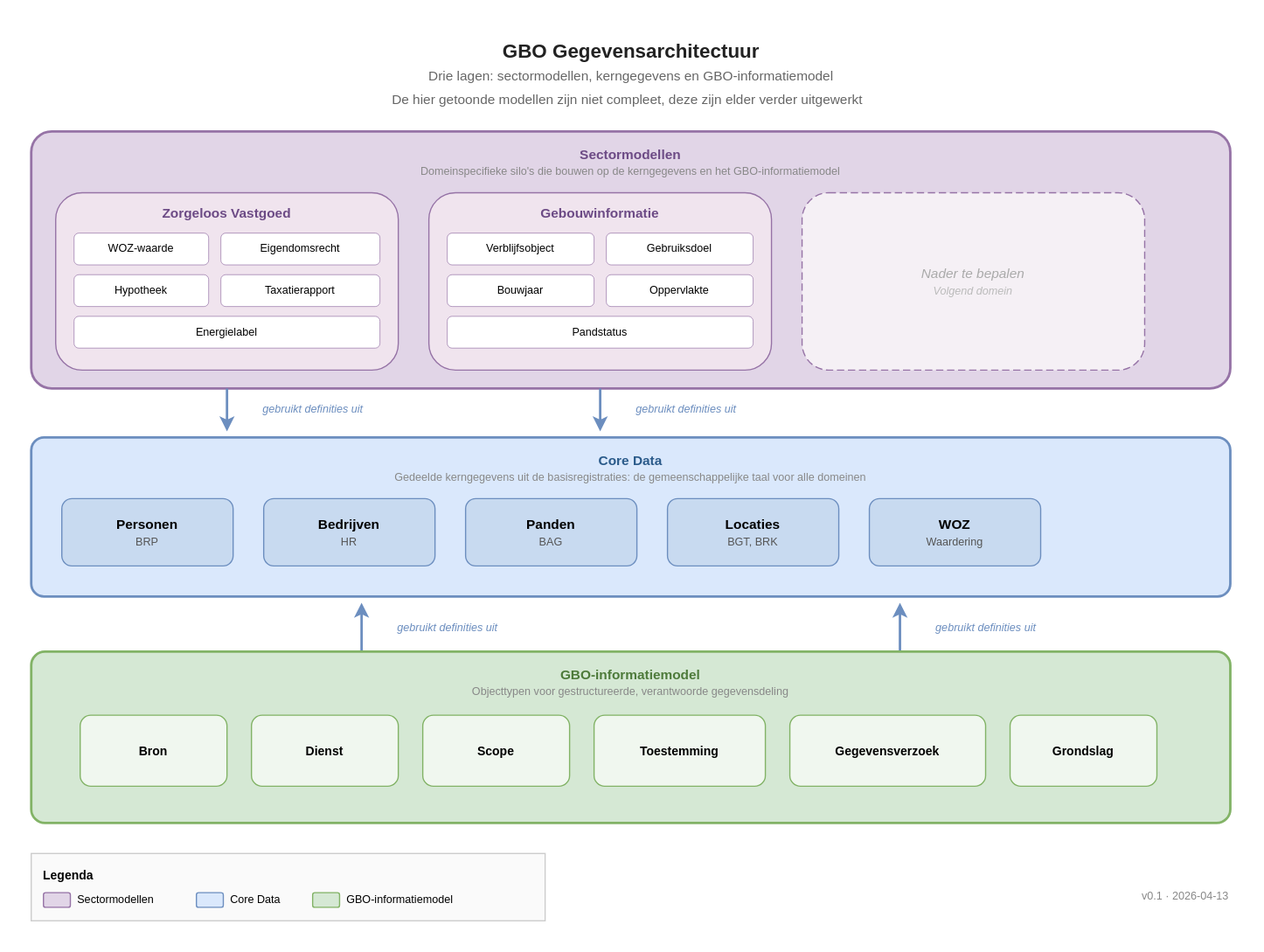
This is docs/assets/diagrams/gegevensarchitectuur.svg from ICTU/gbo-semantiek, a draw.io export, as it was before one commit. Source tidied: cells renumbered, new cells last; positions are measured from the earlier drawing's top-left corner, leaving out a move shared by most shapes. Its diagram source:
```xml
<mxGraphModel>
  <root>
    <mxCell id="0" />
    <mxCell id="1" parent="0" />
    <mxCell id="2" value="&lt;b&gt;GBO Gegevensarchitectuur&lt;/b&gt;&lt;br&gt;&lt;font style=&quot;font-size:11px;color:#666&quot;&gt;Drie lagen: sectormodellen, kerngegevens en GBO-informatiemodel&lt;/font&gt;&lt;div&gt;&lt;font style=&quot;font-size:11px;color:#666&quot;&gt;De hier getoonde modellen zijn niet compleet, deze zijn elder verder uitgewerkt&amp;nbsp;&amp;nbsp;&lt;/font&gt;&lt;/div&gt;" style="text;html=1;align=center;verticalAlign=middle;strokeColor=none;fillColor=none;fontSize=16;fontColor=#222222;" parent="1" vertex="1">
      <mxGeometry x="285" width="410" height="70" as="geometry" />
    </mxCell>
    <mxCell id="3" value="&lt;b&gt;Sectormodellen&lt;/b&gt;&lt;br&gt;&lt;font style=&quot;font-size:9px;color:#888&quot;&gt;Domeinspecifieke silo's die bouwen op de kerngegevens en het GBO-informatiemodel&lt;/font&gt;" style="rounded=1;whiteSpace=wrap;html=1;fillColor=#e1d5e7;strokeColor=#9673a6;strokeWidth=2;verticalAlign=top;fontSize=11;fontColor=#6c4a85;align=center;spacingTop=6;arcSize=8;" parent="1" vertex="1">
      <mxGeometry y="82" width="980" height="210" as="geometry" />
    </mxCell>
    <mxCell id="4" value="&lt;b&gt;Zorgeloos Vastgoed&lt;/b&gt;" style="rounded=1;whiteSpace=wrap;html=1;fillColor=#f0e4ee;strokeColor=#9673a6;strokeWidth=1;verticalAlign=top;fontSize=11;fontColor=#6c4a85;align=center;spacingTop=4;" parent="1" vertex="1">
      <mxGeometry x="20" y="132" width="280" height="145" as="geometry" />
    </mxCell>
    <mxCell id="5" value="WOZ-waarde" style="rounded=1;whiteSpace=wrap;html=1;fillColor=#ffffff;strokeColor=#9673a6;strokeWidth=0.5;verticalAlign=middle;fontSize=9;" parent="1" vertex="1">
      <mxGeometry x="35" y="165" width="110" height="26" as="geometry" />
    </mxCell>
    <mxCell id="6" value="Eigendomsrecht" style="rounded=1;whiteSpace=wrap;html=1;fillColor=#ffffff;strokeColor=#9673a6;strokeWidth=0.5;verticalAlign=middle;fontSize=9;" parent="1" vertex="1">
      <mxGeometry x="155" y="165" width="130" height="26" as="geometry" />
    </mxCell>
    <mxCell id="7" value="Hypotheek" style="rounded=1;whiteSpace=wrap;html=1;fillColor=#ffffff;strokeColor=#9673a6;strokeWidth=0.5;verticalAlign=middle;fontSize=9;" parent="1" vertex="1">
      <mxGeometry x="35" y="199" width="110" height="26" as="geometry" />
    </mxCell>
    <mxCell id="8" value="Taxatierapport" style="rounded=1;whiteSpace=wrap;html=1;fillColor=#ffffff;strokeColor=#9673a6;strokeWidth=0.5;verticalAlign=middle;fontSize=9;" parent="1" vertex="1">
      <mxGeometry x="155" y="199" width="130" height="26" as="geometry" />
    </mxCell>
    <mxCell id="9" value="Energielabel" style="rounded=1;whiteSpace=wrap;html=1;fillColor=#ffffff;strokeColor=#9673a6;strokeWidth=0.5;verticalAlign=middle;fontSize=9;" parent="1" vertex="1">
      <mxGeometry x="35" y="233" width="250" height="26" as="geometry" />
    </mxCell>
    <mxCell id="10" value="&lt;b&gt;Gebouwinformatie&lt;/b&gt;" style="rounded=1;whiteSpace=wrap;html=1;fillColor=#f0e4ee;strokeColor=#9673a6;strokeWidth=1;verticalAlign=top;fontSize=11;fontColor=#6c4a85;align=center;spacingTop=4;" parent="1" vertex="1">
      <mxGeometry x="325" y="132" width="280" height="145" as="geometry" />
    </mxCell>
    <mxCell id="11" value="Verblijfsobject" style="rounded=1;whiteSpace=wrap;html=1;fillColor=#ffffff;strokeColor=#9673a6;strokeWidth=0.5;verticalAlign=middle;fontSize=9;" parent="1" vertex="1">
      <mxGeometry x="340" y="165" width="120" height="26" as="geometry" />
    </mxCell>
    <mxCell id="12" value="Gebruiksdoel" style="rounded=1;whiteSpace=wrap;html=1;fillColor=#ffffff;strokeColor=#9673a6;strokeWidth=0.5;verticalAlign=middle;fontSize=9;" parent="1" vertex="1">
      <mxGeometry x="470" y="165" width="120" height="26" as="geometry" />
    </mxCell>
    <mxCell id="13" value="Bouwjaar" style="rounded=1;whiteSpace=wrap;html=1;fillColor=#ffffff;strokeColor=#9673a6;strokeWidth=0.5;verticalAlign=middle;fontSize=9;" parent="1" vertex="1">
      <mxGeometry x="340" y="199" width="120" height="26" as="geometry" />
    </mxCell>
    <mxCell id="14" value="Oppervlakte" style="rounded=1;whiteSpace=wrap;html=1;fillColor=#ffffff;strokeColor=#9673a6;strokeWidth=0.5;verticalAlign=middle;fontSize=9;" parent="1" vertex="1">
      <mxGeometry x="470" y="199" width="120" height="26" as="geometry" />
    </mxCell>
    <mxCell id="15" value="Pandstatus" style="rounded=1;whiteSpace=wrap;html=1;fillColor=#ffffff;strokeColor=#9673a6;strokeWidth=0.5;verticalAlign=middle;fontSize=9;" parent="1" vertex="1">
      <mxGeometry x="340" y="233" width="250" height="26" as="geometry" />
    </mxCell>
    <mxCell id="16" value="Nader te bepalen&lt;br&gt;&lt;font style=&quot;font-size:9px;color:#bbb&quot;&gt;Volgend domein&lt;/font&gt;" style="rounded=1;whiteSpace=wrap;html=1;fillColor=#f5f0f5;strokeColor=#9673a6;strokeWidth=1;dashed=1;dashPattern=6 3;verticalAlign=middle;fontSize=11;fontColor=#aaa;fontStyle=2;align=center;" parent="1" vertex="1">
      <mxGeometry x="630" y="132" width="280" height="145" as="geometry" />
    </mxCell>
    <mxCell id="17" style="endArrow=classic;html=1;strokeColor=#6c8ebf;strokeWidth=2;" parent="1" edge="1">
      <mxGeometry relative="1" as="geometry">
        <mxPoint x="160" y="292" as="sourcePoint" />
        <mxPoint x="160" y="327" as="targetPoint" />
      </mxGeometry>
    </mxCell>
    <mxCell id="18" value="gebruikt definities uit" style="text;html=1;align=center;verticalAlign=middle;strokeColor=none;fillColor=none;fontSize=9;fontColor=#6c8ebf;fontStyle=2;" parent="1" vertex="1">
      <mxGeometry x="170" y="300" width="120" height="18" as="geometry" />
    </mxCell>
    <mxCell id="19" style="endArrow=classic;html=1;strokeColor=#6c8ebf;strokeWidth=2;" parent="1" edge="1">
      <mxGeometry relative="1" as="geometry">
        <mxPoint x="465" y="292" as="sourcePoint" />
        <mxPoint x="465" y="327" as="targetPoint" />
      </mxGeometry>
    </mxCell>
    <mxCell id="20" value="gebruikt definities uit" style="text;html=1;align=center;verticalAlign=middle;strokeColor=none;fillColor=none;fontSize=9;fontColor=#6c8ebf;fontStyle=2;" parent="1" vertex="1">
      <mxGeometry x="475" y="300" width="120" height="18" as="geometry" />
    </mxCell>
    <mxCell id="21" value="&lt;b&gt;Core Data&lt;/b&gt;&lt;br&gt;&lt;font style=&quot;font-size:9px;color:#888&quot;&gt;Gedeelde kerngegevens uit de basisregistraties: de gemeenschappelijke taal voor alle domeinen&lt;/font&gt;" style="rounded=1;whiteSpace=wrap;html=1;fillColor=#dae8fc;strokeColor=#6c8ebf;strokeWidth=2;verticalAlign=top;fontSize=11;fontColor=#2a5a8a;align=center;spacingTop=6;arcSize=8;" parent="1" vertex="1">
      <mxGeometry y="332" width="980" height="130" as="geometry" />
    </mxCell>
    <mxCell id="22" value="&lt;b&gt;Personen&lt;/b&gt;&lt;br&gt;&lt;font style=&quot;font-size:9px;color:#555&quot;&gt;BRP&lt;/font&gt;" style="rounded=1;whiteSpace=wrap;html=1;fillColor=#c8daf0;strokeColor=#6c8ebf;strokeWidth=1;verticalAlign=middle;fontSize=11;" parent="1" vertex="1">
      <mxGeometry x="25" y="382" width="140" height="55" as="geometry" />
    </mxCell>
    <mxCell id="23" value="&lt;b&gt;Bedrijven&lt;/b&gt;&lt;br&gt;&lt;font style=&quot;font-size:9px;color:#555&quot;&gt;HR&lt;/font&gt;" style="rounded=1;whiteSpace=wrap;html=1;fillColor=#c8daf0;strokeColor=#6c8ebf;strokeWidth=1;verticalAlign=middle;fontSize=11;" parent="1" vertex="1">
      <mxGeometry x="190" y="382" width="140" height="55" as="geometry" />
    </mxCell>
    <mxCell id="24" value="&lt;b&gt;Panden&lt;/b&gt;&lt;br&gt;&lt;font style=&quot;font-size:9px;color:#555&quot;&gt;BAG&lt;/font&gt;" style="rounded=1;whiteSpace=wrap;html=1;fillColor=#c8daf0;strokeColor=#6c8ebf;strokeWidth=1;verticalAlign=middle;fontSize=11;" parent="1" vertex="1">
      <mxGeometry x="355" y="382" width="140" height="55" as="geometry" />
    </mxCell>
    <mxCell id="25" value="&lt;b&gt;Locaties&lt;/b&gt;&lt;br&gt;&lt;font style=&quot;font-size:9px;color:#555&quot;&gt;BGT, BRK&lt;/font&gt;" style="rounded=1;whiteSpace=wrap;html=1;fillColor=#c8daf0;strokeColor=#6c8ebf;strokeWidth=1;verticalAlign=middle;fontSize=11;" parent="1" vertex="1">
      <mxGeometry x="520" y="382" width="140" height="55" as="geometry" />
    </mxCell>
    <mxCell id="26" value="&lt;b&gt;WOZ&lt;/b&gt;&lt;br&gt;&lt;font style=&quot;font-size:9px;color:#555&quot;&gt;Waardering&lt;/font&gt;" style="rounded=1;whiteSpace=wrap;html=1;fillColor=#c8daf0;strokeColor=#6c8ebf;strokeWidth=1;verticalAlign=middle;fontSize=11;" parent="1" vertex="1">
      <mxGeometry x="685" y="382" width="140" height="55" as="geometry" />
    </mxCell>
    <mxCell id="27" style="endArrow=classic;html=1;strokeColor=#6c8ebf;strokeWidth=2;" parent="1" edge="1">
      <mxGeometry relative="1" as="geometry">
        <mxPoint x="270" y="507" as="sourcePoint" />
        <mxPoint x="270" y="467" as="targetPoint" />
      </mxGeometry>
    </mxCell>
    <mxCell id="28" value="gebruikt definities uit" style="text;html=1;align=center;verticalAlign=middle;strokeColor=none;fillColor=none;fontSize=9;fontColor=#6c8ebf;fontStyle=2;" parent="1" vertex="1">
      <mxGeometry x="280" y="479" width="120" height="18" as="geometry" />
    </mxCell>
    <mxCell id="29" style="endArrow=classic;html=1;strokeColor=#6c8ebf;strokeWidth=2;" parent="1" edge="1">
      <mxGeometry relative="1" as="geometry">
        <mxPoint x="710" y="507" as="sourcePoint" />
        <mxPoint x="710" y="467" as="targetPoint" />
      </mxGeometry>
    </mxCell>
    <mxCell id="30" value="gebruikt definities uit" style="text;html=1;align=center;verticalAlign=middle;strokeColor=none;fillColor=none;fontSize=9;fontColor=#6c8ebf;fontStyle=2;" parent="1" vertex="1">
      <mxGeometry x="720" y="479" width="120" height="18" as="geometry" />
    </mxCell>
    <mxCell id="31" value="&lt;b&gt;GBO-informatiemodel&lt;/b&gt;&lt;br&gt;&lt;font style=&quot;font-size:9px;color:#888&quot;&gt;Objecttypen voor gestructureerde, verantwoorde gegevensdeling&lt;/font&gt;" style="rounded=1;whiteSpace=wrap;html=1;fillColor=#d5e8d4;strokeColor=#82b366;strokeWidth=2;verticalAlign=top;fontSize=11;fontColor=#4d7a3a;align=center;spacingTop=6;arcSize=8;" parent="1" vertex="1">
      <mxGeometry y="507" width="980" height="140" as="geometry" />
    </mxCell>
    <mxCell id="32" value="&lt;b&gt;Bron&lt;/b&gt;" style="rounded=1;whiteSpace=wrap;html=1;fillColor=#f0f7ef;strokeColor=#82b366;strokeWidth=1;verticalAlign=middle;fontSize=10;" parent="1" vertex="1">
      <mxGeometry x="40" y="559" width="120" height="58" as="geometry" />
    </mxCell>
    <mxCell id="33" value="&lt;b&gt;Dienst&lt;/b&gt;" style="rounded=1;whiteSpace=wrap;html=1;fillColor=#f0f7ef;strokeColor=#82b366;strokeWidth=1;verticalAlign=middle;fontSize=10;" parent="1" vertex="1">
      <mxGeometry x="180" y="559" width="120" height="58" as="geometry" />
    </mxCell>
    <mxCell id="34" value="&lt;b&gt;Scope&lt;/b&gt;" style="rounded=1;whiteSpace=wrap;html=1;fillColor=#f0f7ef;strokeColor=#82b366;strokeWidth=1;verticalAlign=middle;fontSize=10;" parent="1" vertex="1">
      <mxGeometry x="320" y="559" width="120" height="58" as="geometry" />
    </mxCell>
    <mxCell id="35" value="&lt;b&gt;Toestemming&lt;/b&gt;" style="rounded=1;whiteSpace=wrap;html=1;fillColor=#f0f7ef;strokeColor=#82b366;strokeWidth=1;verticalAlign=middle;fontSize=10;" parent="1" vertex="1">
      <mxGeometry x="460" y="559" width="140" height="58" as="geometry" />
    </mxCell>
    <mxCell id="36" value="&lt;b&gt;Gegevensverzoek&lt;/b&gt;" style="rounded=1;whiteSpace=wrap;html=1;fillColor=#f0f7ef;strokeColor=#82b366;strokeWidth=1;verticalAlign=middle;fontSize=10;" parent="1" vertex="1">
      <mxGeometry x="620" y="559" width="160" height="58" as="geometry" />
    </mxCell>
    <mxCell id="37" value="&lt;b&gt;Grondslag&lt;/b&gt;" style="rounded=1;whiteSpace=wrap;html=1;fillColor=#f0f7ef;strokeColor=#82b366;strokeWidth=1;verticalAlign=middle;fontSize=10;" parent="1" vertex="1">
      <mxGeometry x="800" y="559" width="120" height="58" as="geometry" />
    </mxCell>
    <mxCell id="38" value="&lt;b&gt;Legenda&lt;/b&gt;" style="rounded=0;whiteSpace=wrap;html=1;fillColor=#fafafa;strokeColor=#cccccc;strokeWidth=1;verticalAlign=top;align=left;fontSize=10;spacingLeft=8;spacingTop=6;" parent="1" vertex="1">
      <mxGeometry y="672" width="420" height="55" as="geometry" />
    </mxCell>
    <mxCell id="39" style="rounded=1;whiteSpace=wrap;html=1;fillColor=#e1d5e7;strokeColor=#9673a6;strokeWidth=1;fontSize=9;" parent="1" vertex="1">
      <mxGeometry x="10" y="704" width="22" height="12" as="geometry" />
    </mxCell>
    <mxCell id="40" value="Sectormodellen" style="text;html=1;align=left;verticalAlign=middle;strokeColor=none;fillColor=none;fontSize=9;" parent="1" vertex="1">
      <mxGeometry x="36" y="700" width="85" height="20" as="geometry" />
    </mxCell>
    <mxCell id="41" style="rounded=1;whiteSpace=wrap;html=1;fillColor=#dae8fc;strokeColor=#6c8ebf;strokeWidth=1;fontSize=9;" parent="1" vertex="1">
      <mxGeometry x="135" y="704" width="22" height="12" as="geometry" />
    </mxCell>
    <mxCell id="42" value="Core Data" style="text;html=1;align=left;verticalAlign=middle;strokeColor=none;fillColor=none;fontSize=9;" parent="1" vertex="1">
      <mxGeometry x="161" y="700" width="65" height="20" as="geometry" />
    </mxCell>
    <mxCell id="43" style="rounded=1;whiteSpace=wrap;html=1;fillColor=#d5e8d4;strokeColor=#82b366;strokeWidth=1;fontSize=9;" parent="1" vertex="1">
      <mxGeometry x="230" y="704" width="22" height="12" as="geometry" />
    </mxCell>
    <mxCell id="44" value="GBO-informatiemodel" style="text;html=1;align=left;verticalAlign=middle;strokeColor=none;fillColor=none;fontSize=9;" parent="1" vertex="1">
      <mxGeometry x="256" y="700" width="120" height="20" as="geometry" />
    </mxCell>
    <mxCell id="45" value="v0.1 &amp;middot; 2026-04-13" style="text;html=1;align=right;verticalAlign=middle;strokeColor=none;fillColor=none;fontSize=9;fontColor=#888888;" parent="1" vertex="1">
      <mxGeometry x="820" y="697" width="160" height="20" as="geometry" />
    </mxCell>
  </root>
</mxGraphModel>
```
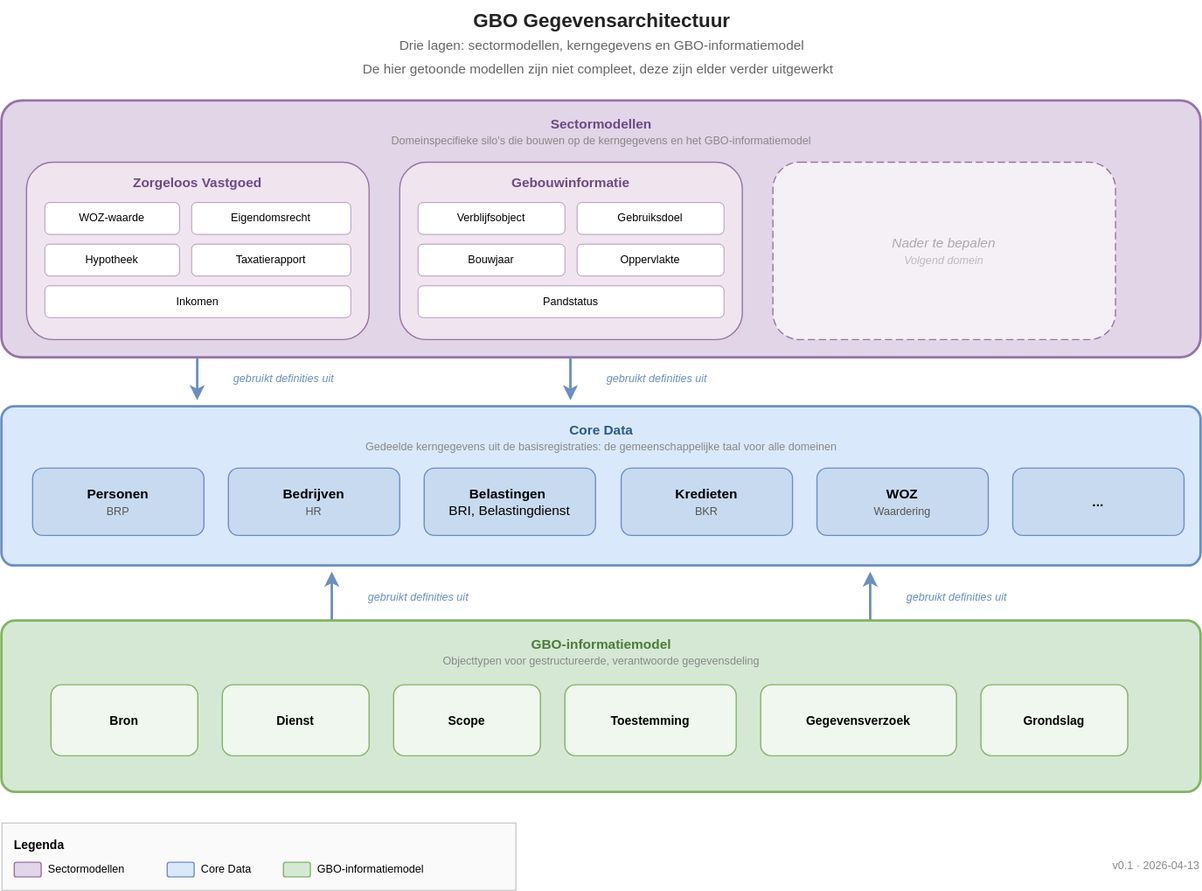
The same diagram one commit later.

Commit message:
Plaatje Gegevensarchitectuur aangepast

What changed in the source:
```diff
@@ -23,7 +23,7 @@
     <mxCell id="8" value="Taxatierapport" style="rounded=1;whiteSpace=wrap;html=1;fillColor=#ffffff;strokeColor=#9673a6;strokeWidth=0.5;verticalAlign=middle;fontSize=9;" parent="1" vertex="1">
       <mxGeometry x="155" y="199" width="130" height="26" as="geometry" />
     </mxCell>
-    <mxCell id="9" value="Energielabel" style="rounded=1;whiteSpace=wrap;html=1;fillColor=#ffffff;strokeColor=#9673a6;strokeWidth=0.5;verticalAlign=middle;fontSize=9;" parent="1" vertex="1">
+    <mxCell id="9" value="Inkomen" style="rounded=1;whiteSpace=wrap;html=1;fillColor=#ffffff;strokeColor=#9673a6;strokeWidth=0.5;verticalAlign=middle;fontSize=9;" parent="1" vertex="1">
       <mxGeometry x="35" y="233" width="250" height="26" as="geometry" />
     </mxCell>
     <mxCell id="10" value="&lt;b&gt;Gebouwinformatie&lt;/b&gt;" style="rounded=1;whiteSpace=wrap;html=1;fillColor=#f0e4ee;strokeColor=#9673a6;strokeWidth=1;verticalAlign=top;fontSize=11;fontColor=#6c4a85;align=center;spacingTop=4;" parent="1" vertex="1">
@@ -72,16 +72,16 @@
       <mxGeometry x="25" y="382" width="140" height="55" as="geometry" />
     </mxCell>
     <mxCell id="23" value="&lt;b&gt;Bedrijven&lt;/b&gt;&lt;br&gt;&lt;font style=&quot;font-size:9px;color:#555&quot;&gt;HR&lt;/font&gt;" style="rounded=1;whiteSpace=wrap;html=1;fillColor=#c8daf0;strokeColor=#6c8ebf;strokeWidth=1;verticalAlign=middle;fontSize=11;" parent="1" vertex="1">
-      <mxGeometry x="190" y="382" width="140" height="55" as="geometry" />
+      <mxGeometry x="185" y="382" width="140" height="55" as="geometry" />
     </mxCell>
-    <mxCell id="24" value="&lt;b&gt;Panden&lt;/b&gt;&lt;br&gt;&lt;font style=&quot;font-size:9px;color:#555&quot;&gt;BAG&lt;/font&gt;" style="rounded=1;whiteSpace=wrap;html=1;fillColor=#c8daf0;strokeColor=#6c8ebf;strokeWidth=1;verticalAlign=middle;fontSize=11;" parent="1" vertex="1">
-      <mxGeometry x="355" y="382" width="140" height="55" as="geometry" />
+    <mxCell id="24" value="&lt;b&gt;Belastingen&amp;nbsp;&lt;/b&gt;&lt;div&gt;BRI, Belastingdienst&lt;/div&gt;" style="rounded=1;whiteSpace=wrap;html=1;fillColor=#c8daf0;strokeColor=#6c8ebf;strokeWidth=1;verticalAlign=middle;fontSize=11;" parent="1" vertex="1">
+      <mxGeometry x="345" y="382" width="140" height="55" as="geometry" />
     </mxCell>
-    <mxCell id="25" value="&lt;b&gt;Locaties&lt;/b&gt;&lt;br&gt;&lt;font style=&quot;font-size:9px;color:#555&quot;&gt;BGT, BRK&lt;/font&gt;" style="rounded=1;whiteSpace=wrap;html=1;fillColor=#c8daf0;strokeColor=#6c8ebf;strokeWidth=1;verticalAlign=middle;fontSize=11;" parent="1" vertex="1">
-      <mxGeometry x="520" y="382" width="140" height="55" as="geometry" />
+    <mxCell id="25" value="&lt;b&gt;Kredieten&lt;/b&gt;&lt;br&gt;&lt;font style=&quot;font-size:9px;color:#555&quot;&gt;BKR&lt;/font&gt;" style="rounded=1;whiteSpace=wrap;html=1;fillColor=#c8daf0;strokeColor=#6c8ebf;strokeWidth=1;verticalAlign=middle;fontSize=11;" parent="1" vertex="1">
+      <mxGeometry x="506" y="382" width="140" height="55" as="geometry" />
     </mxCell>
     <mxCell id="26" value="&lt;b&gt;WOZ&lt;/b&gt;&lt;br&gt;&lt;font style=&quot;font-size:9px;color:#555&quot;&gt;Waardering&lt;/font&gt;" style="rounded=1;whiteSpace=wrap;html=1;fillColor=#c8daf0;strokeColor=#6c8ebf;strokeWidth=1;verticalAlign=middle;fontSize=11;" parent="1" vertex="1">
-      <mxGeometry x="685" y="382" width="140" height="55" as="geometry" />
+      <mxGeometry x="666" y="382" width="140" height="55" as="geometry" />
     </mxCell>
     <mxCell id="27" style="endArrow=classic;html=1;strokeColor=#6c8ebf;strokeWidth=2;" parent="1" edge="1">
       <mxGeometry relative="1" as="geometry">
@@ -146,5 +146,8 @@
     <mxCell id="45" value="v0.1 &amp;middot; 2026-04-13" style="text;html=1;align=right;verticalAlign=middle;strokeColor=none;fillColor=none;fontSize=9;fontColor=#888888;" parent="1" vertex="1">
       <mxGeometry x="820" y="697" width="160" height="20" as="geometry" />
     </mxCell>
+    <mxCell id="46" value="&lt;b&gt;...&lt;/b&gt;" style="rounded=1;whiteSpace=wrap;html=1;fillColor=#c8daf0;strokeColor=#6c8ebf;strokeWidth=1;verticalAlign=middle;fontSize=11;" parent="1" vertex="1">
+      <mxGeometry x="826" y="382" width="140" height="55" as="geometry" />
+    </mxCell>
   </root>
 </mxGraphModel>
```
